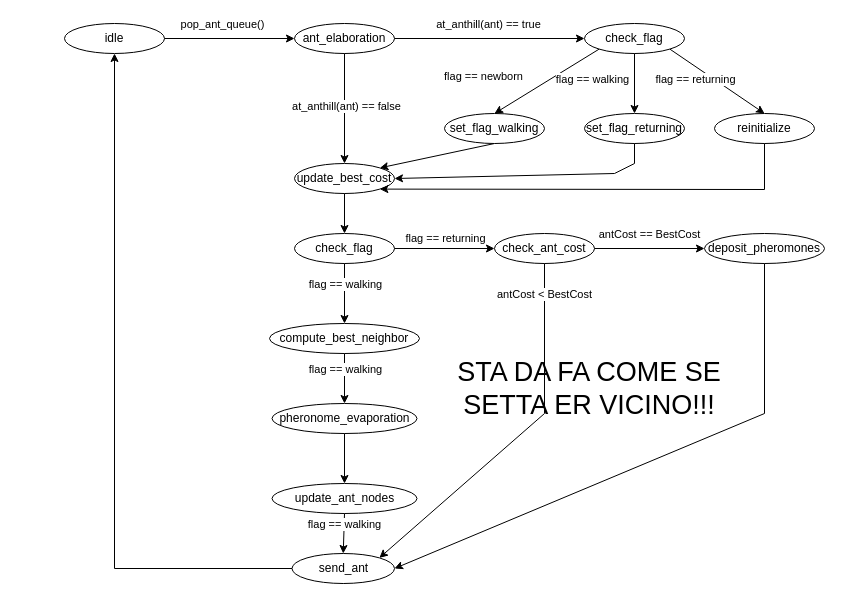
kr0bi/distributed-systems keeps this draw.io diagram as page "ACO automata" (6 of 6) of Relazione/diagrams/sequence_diagrams.drawio. Above is the earlier version. Source tidied: cells renumbered, new cells numbered last; positions are measured from the earlier drawing's top-left corner, leaving out a move shared by most shapes. Both pictures are drawn from the tidied source at 100%, with x=0, y=0 at pixel (64, 23).
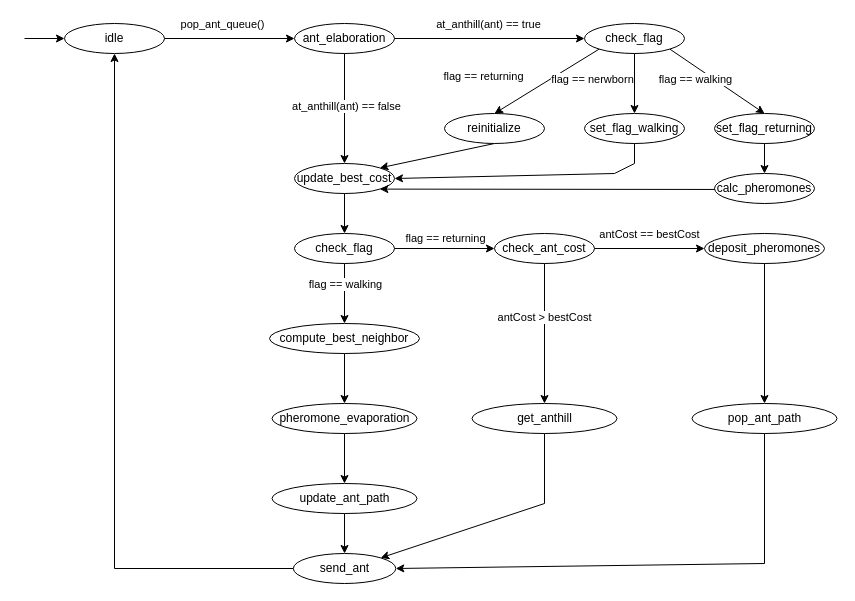
The same page after the edit.

Commit message (it also covers changes not shown here):
Updated ACO state automata

The change refers to these unchanged cells:
```xml
<mxCell id="2" value="idle" style="ellipse;whiteSpace=wrap;html=1;" parent="1" vertex="1">
  <mxGeometry width="100" height="30" as="geometry" />
</mxCell>
<mxCell id="10" value="update_best_cost" style="ellipse;whiteSpace=wrap;html=1;" parent="1" vertex="1">
  <mxGeometry x="230" y="140" width="100" height="30" as="geometry" />
</mxCell>
<mxCell id="22" value="check_ant_cost" style="ellipse;whiteSpace=wrap;html=1;" parent="1" vertex="1">
  <mxGeometry x="430" y="210" width="100" height="30" as="geometry" />
</mxCell>
<mxCell id="23" style="endArrow=classic;html=1;rounded=0;exitX=0;exitY=1;exitDx=0;exitDy=0;entryX=0.5;entryY=0;entryDx=0;entryDy=0;" parent="1" edge="1" source="11" target="13">
  <mxGeometry relative="1" as="geometry" />
</mxCell>
<mxCell id="25" style="endArrow=classic;html=1;rounded=0;exitX=0.5;exitY=1;exitDx=0;exitDy=0;entryX=0.5;entryY=0;entryDx=0;entryDy=0;" parent="1" edge="1" source="11" target="14">
  <mxGeometry relative="1" as="geometry" />
</mxCell>
<mxCell id="27" style="endArrow=classic;html=1;rounded=0;exitX=1;exitY=1;exitDx=0;exitDy=0;entryX=0.5;entryY=0;entryDx=0;entryDy=0;" parent="1" edge="1" source="11" target="15">
  <mxGeometry relative="1" as="geometry" />
</mxCell>
<mxCell id="29" style="endArrow=classic;html=1;rounded=0;entryX=0;entryY=0.5;entryDx=0;entryDy=0;exitX=1;exitY=0.5;exitDx=0;exitDy=0;" parent="1" edge="1" source="22" target="33">
  <mxGeometry relative="1" as="geometry" />
</mxCell>
<mxCell id="33" value="deposit_pheromones" style="ellipse;whiteSpace=wrap;html=1;" parent="1" vertex="1">
  <mxGeometry x="640" y="210" width="120" height="30" as="geometry" />
</mxCell>
<mxCell id="38" style="endArrow=classic;html=1;rounded=0;exitX=0.5;exitY=1;exitDx=0;exitDy=0;entryX=0.5;entryY=0;entryDx=0;entryDy=0;" parent="1" edge="1" source="34" target="37">
  <mxGeometry relative="1" as="geometry" />
</mxCell>
<mxCell id="43" style="endArrow=classic;html=1;rounded=0;exitX=0.5;exitY=1;exitDx=0;exitDy=0;entryX=0.5;entryY=0;entryDx=0;entryDy=0;" parent="1" edge="1" source="40" target="42">
  <mxGeometry relative="1" as="geometry" />
</mxCell>
```

What changed in the source:
```diff
@@
-    <mxCell id="13" value="set_flag_walking" style="ellipse;whiteSpace=wrap;html=1;" parent="1" vertex="1">
+    <mxCell id="13" value="reinitialize" style="ellipse;whiteSpace=wrap;html=1;" parent="1" vertex="1">
       <mxGeometry x="380" y="90" width="100" height="30" as="geometry" />
     </mxCell>
-    <mxCell id="14" value="set_flag_returning" style="ellipse;whiteSpace=wrap;html=1;" parent="1" vertex="1">
+    <mxCell id="14" value="set_flag_walking" style="ellipse;whiteSpace=wrap;html=1;" parent="1" vertex="1">
       <mxGeometry x="520" y="90" width="100" height="30" as="geometry" />
     </mxCell>
-    <mxCell id="15" value="reinitialize" style="ellipse;whiteSpace=wrap;html=1;" parent="1" vertex="1">
+    <mxCell id="15" value="set_flag_returning" style="ellipse;whiteSpace=wrap;html=1;" parent="1" vertex="1">
       <mxGeometry x="650" y="90" width="100" height="30" as="geometry" />
     </mxCell>
-    <mxCell id="16" style="endArrow=classic;html=1;rounded=0;entryX=1;entryY=1;entryDx=0;entryDy=0;exitX=0.5;exitY=1;exitDx=0;exitDy=0;" parent="1" edge="1" source="15" target="10">
+    <mxCell id="16" style="endArrow=classic;html=1;rounded=0;entryX=1;entryY=1;entryDx=0;entryDy=0;exitX=0;exitY=0.5;exitDx=0;exitDy=0;" parent="1" edge="1" source="54" target="10">
       <mxGeometry relative="1" as="geometry">
         <Array as="points">
           <mxPoint x="700" y="166" />
         </Array>
       </mxGeometry>
     </mxCell>
@@
-    <mxCell id="24" value="flag == newborn" style="edgeLabel;html=1;align=center;verticalAlign=middle;" parent="23" vertex="1">
+    <mxCell id="24" value="flag == returning" style="edgeLabel;html=1;align=center;verticalAlign=middle;" parent="23" vertex="1">
       <mxGeometry x="0.41" y="-2" relative="1" as="geometry">
         <mxPoint x="-41" y="-17" as="offset" />
       </mxGeometry>
     </mxCell>
@@
-    <mxCell id="26" value="flag == walking" style="edgeLabel;html=1;align=center;verticalAlign=middle;" parent="25" vertex="1">
+    <mxCell id="26" value="flag == nerwborn" style="edgeLabel;html=1;align=center;verticalAlign=middle;" parent="25" vertex="1">
       <mxGeometry x="0.41" y="-2" relative="1" as="geometry">
         <mxPoint x="-41" y="-17" as="offset" />
       </mxGeometry>
     </mxCell>
@@
-    <mxCell id="28" value="flag == returning" style="edgeLabel;html=1;align=center;verticalAlign=middle;" parent="27" vertex="1">
+    <mxCell id="28" value="flag == walking" style="edgeLabel;html=1;align=center;verticalAlign=middle;" parent="27" vertex="1">
       <mxGeometry x="0.41" y="-2" relative="1" as="geometry">
         <mxPoint x="-41" y="-17" as="offset" />
       </mxGeometry>
     </mxCell>
@@
-    <mxCell id="30" value="antCost == BestCost" style="edgeLabel;html=1;align=center;verticalAlign=middle;" parent="29" vertex="1">
+    <mxCell id="30" value="antCost == bestCost" style="edgeLabel;html=1;align=center;verticalAlign=middle;" parent="29" vertex="1">
       <mxGeometry x="-0.07" y="-3" relative="1" as="geometry">
         <mxPoint x="3" y="-18" as="offset" />
       </mxGeometry>
     </mxCell>
-    <mxCell id="31" style="endArrow=classic;html=1;rounded=0;exitX=0.5;exitY=1;exitDx=0;exitDy=0;entryX=1;entryY=0;entryDx=0;entryDy=0;" parent="1" edge="1" source="22" target="42">
-      <mxGeometry relative="1" as="geometry">
-        <Array as="points">
-          <mxPoint x="480" y="390" />
-        </Array>
-      </mxGeometry>
+    <mxCell id="31" style="endArrow=classic;html=1;rounded=0;exitX=0.5;exitY=1;exitDx=0;exitDy=0;" parent="1" edge="1" source="22" target="49">
+      <mxGeometry relative="1" as="geometry" />
     </mxCell>
-    <mxCell id="32" value="antCost &amp;lt; BestCost" style="edgeLabel;html=1;align=center;verticalAlign=middle;" parent="31" vertex="1">
-      <mxGeometry x="-0.07" y="-3" relative="1" as="geometry">
-        <mxPoint x="18" y="-132" as="offset" />
-      </mxGeometry>
-    </mxCell>
+    <mxCell id="48" value="antCost &amp;gt; bestCost" style="edgeLabel;html=1;align=center;verticalAlign=middle;" parent="31" vertex="1">
+      <mxGeometry x="-0.25" y="-1" relative="1" as="geometry" />
+    </mxCell>
@@
-    <mxCell id="37" value="pheronome_evaporation" style="ellipse;whiteSpace=wrap;html=1;" parent="1" vertex="1">
+    <mxCell id="37" value="pheromone_evaporation" style="ellipse;whiteSpace=wrap;html=1;" parent="1" vertex="1">
       <mxGeometry x="207.5" y="380" width="145" height="30" as="geometry" />
     </mxCell>
@@
-    <mxCell id="39" value="flag == walking" style="edgeLabel;html=1;align=center;verticalAlign=middle;" parent="38" vertex="1">
-      <mxGeometry x="-0.07" y="-3" relative="1" as="geometry">
-        <mxPoint x="3" y="-8" as="offset" />
-      </mxGeometry>
-    </mxCell>
-    <mxCell id="40" value="update_ant_nodes" style="ellipse;whiteSpace=wrap;html=1;" parent="1" vertex="1">
+    <mxCell id="40" value="update_ant_path" style="ellipse;whiteSpace=wrap;html=1;" parent="1" vertex="1">
       <mxGeometry x="207.5" y="460" width="145" height="30" as="geometry" />
     </mxCell>
@@
     <mxCell id="42" value="send_ant" style="ellipse;whiteSpace=wrap;html=1;" parent="1" vertex="1">
-      <mxGeometry x="227.5" y="530" width="102.5" height="30" as="geometry" />
+      <mxGeometry x="228.8" y="530" width="102.5" height="30" as="geometry" />
     </mxCell>
@@
-    <mxCell id="44" value="flag == walking" style="edgeLabel;html=1;align=center;verticalAlign=middle;" parent="43" vertex="1">
-      <mxGeometry x="-0.07" y="-3" relative="1" as="geometry">
-        <mxPoint x="3" y="-8" as="offset" />
-      </mxGeometry>
-    </mxCell>
@@
-    <mxCell id="46" style="endArrow=classic;html=1;rounded=0;exitX=0.5;exitY=1;exitDx=0;exitDy=0;entryX=1;entryY=0.5;entryDx=0;entryDy=0;" parent="1" edge="1" source="33" target="42">
-      <mxGeometry relative="1" as="geometry">
-        <Array as="points">
-          <mxPoint x="700" y="390" />
-        </Array>
-      </mxGeometry>
+    <mxCell id="46" style="endArrow=classic;html=1;rounded=0;exitX=0.5;exitY=1;exitDx=0;exitDy=0;entryX=0.5;entryY=0;entryDx=0;entryDy=0;" parent="1" edge="1" source="33" target="50">
+      <mxGeometry relative="1" as="geometry" />
     </mxCell>
-    <mxCell id="47" value="&lt;font style=&quot;font-size: 27px;&quot;&gt;STA DA FA COME SE SETTA ER VICINO!!!&lt;/font&gt;" style="text;html=1;strokeColor=none;fillColor=none;align=center;verticalAlign=middle;whiteSpace=wrap;rounded=0;" parent="1" vertex="1">
-      <mxGeometry x="390" y="300" width="270" height="130" as="geometry" />
-    </mxCell>
+    <mxCell id="49" value="get_anthill" style="ellipse;whiteSpace=wrap;html=1;" parent="1" vertex="1">
+      <mxGeometry x="407.5" y="380" width="145" height="30" as="geometry" />
+    </mxCell>
+    <mxCell id="50" value="pop_ant_path" style="ellipse;whiteSpace=wrap;html=1;" parent="1" vertex="1">
+      <mxGeometry x="627.5" y="380" width="145" height="30" as="geometry" />
+    </mxCell>
+    <mxCell id="51" style="endArrow=classic;html=1;rounded=0;exitX=0.5;exitY=1;exitDx=0;exitDy=0;entryX=1;entryY=0;entryDx=0;entryDy=0;" parent="1" edge="1" source="49" target="42">
+      <mxGeometry relative="1" as="geometry">
+        <Array as="points">
+          <mxPoint x="480" y="480" />
+        </Array>
+      </mxGeometry>
+    </mxCell>
+    <mxCell id="52" style="endArrow=classic;html=1;rounded=0;exitX=0.5;exitY=1;exitDx=0;exitDy=0;entryX=1;entryY=0.5;entryDx=0;entryDy=0;" parent="1" edge="1" source="50" target="42">
+      <mxGeometry relative="1" as="geometry">
+        <Array as="points">
+          <mxPoint x="700" y="540" />
+        </Array>
+      </mxGeometry>
+    </mxCell>
+    <mxCell id="53" style="endArrow=classic;html=1;rounded=0;entryX=0;entryY=0.5;entryDx=0;entryDy=0;" parent="1" edge="1" target="2">
+      <mxGeometry relative="1" as="geometry">
+        <mxPoint x="-40" y="15" as="sourcePoint" />
+      </mxGeometry>
+    </mxCell>
+    <mxCell id="54" value="calc_pheromones" style="ellipse;whiteSpace=wrap;html=1;" parent="1" vertex="1">
+      <mxGeometry x="650" y="150" width="100" height="30" as="geometry" />
+    </mxCell>
+    <mxCell id="55" style="endArrow=classic;html=1;rounded=0;exitX=0.5;exitY=1;exitDx=0;exitDy=0;entryX=0.5;entryY=0;entryDx=0;entryDy=0;" parent="1" edge="1" source="15" target="54">
+      <mxGeometry relative="1" as="geometry" />
+    </mxCell>
```
